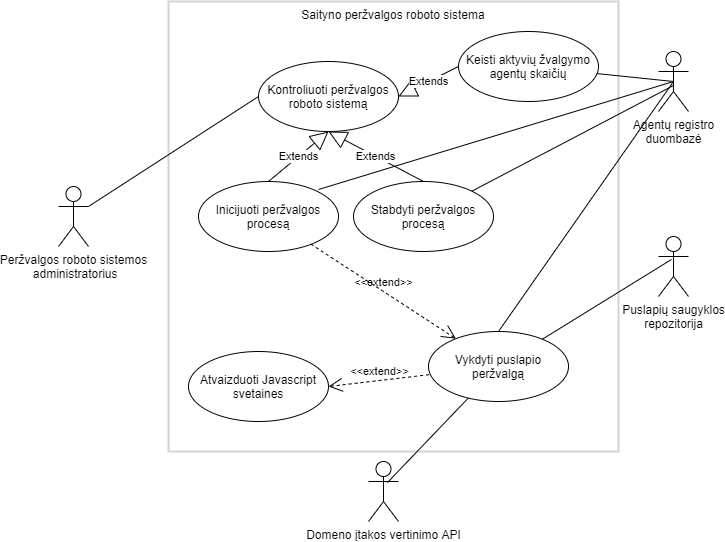
Earlier version of the draw.io export img/Use_case_diagram.png (kasparas12/VU-Bachelor-Thesis). Source tidied: cells renumbered, new cells last; positions are measured from the earlier drawing's top-left corner, leaving out a move shared by most shapes.
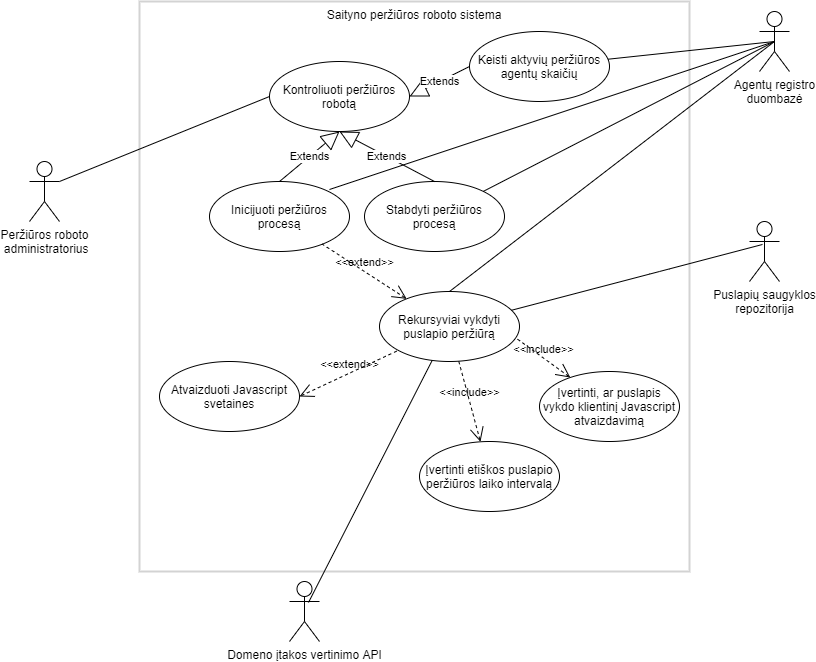
The same file after the commit.

What changed in the source:
```diff
@@ -2,31 +2,31 @@
   <root>
     <mxCell id="0" />
     <mxCell id="1" parent="0" />
-    <mxCell id="2" value="Saityno peržvalgos roboto sistema" style="rounded=0;whiteSpace=wrap;html=1;fillColor=none;strokeColor=#d3d3d3;strokeWidth=2;verticalAlign=top;" parent="1" vertex="1">
-      <mxGeometry x="110" width="450" height="450" as="geometry" />
+    <mxCell id="2" value="Saityno peržiūros roboto sistema" style="rounded=0;whiteSpace=wrap;html=1;fillColor=none;strokeColor=#d3d3d3;strokeWidth=2;verticalAlign=top;" parent="1" vertex="1">
+      <mxGeometry x="70" width="550" height="570" as="geometry" />
     </mxCell>
     <mxCell id="3" value="Domeno įtakos vertinimo API" style="shape=umlActor;verticalLabelPosition=bottom;labelBackgroundColor=#ffffff;verticalAlign=top;html=1;" parent="1" vertex="1">
-      <mxGeometry x="310" y="460" width="30" height="60" as="geometry" />
+      <mxGeometry x="220" y="580" width="30" height="60" as="geometry" />
     </mxCell>
     <mxCell id="4" value="Agentų registro&lt;br&gt;duombazė" style="shape=umlActor;verticalLabelPosition=bottom;labelBackgroundColor=#ffffff;verticalAlign=top;html=1;" parent="1" vertex="1">
-      <mxGeometry x="600" y="50" width="30" height="60" as="geometry" />
+      <mxGeometry x="690" y="10" width="30" height="60" as="geometry" />
     </mxCell>
     <mxCell id="5" value="Puslapių saugyklos&lt;br&gt;repozitorija" style="shape=umlActor;verticalLabelPosition=bottom;labelBackgroundColor=#ffffff;verticalAlign=top;html=1;" parent="1" vertex="1">
-      <mxGeometry x="600" y="235" width="30" height="60" as="geometry" />
+      <mxGeometry x="680" y="220" width="30" height="60" as="geometry" />
     </mxCell>
-    <mxCell id="6" value="Peržvalgos roboto sistemos&lt;br&gt;&amp;nbsp;administratorius" style="shape=umlActor;verticalLabelPosition=bottom;labelBackgroundColor=#ffffff;verticalAlign=top;html=1;" parent="1" vertex="1">
-      <mxGeometry y="185" width="30" height="60" as="geometry" />
+    <mxCell id="6" value="Peržiūros roboto&lt;br&gt;&amp;nbsp;administratorius" style="shape=umlActor;verticalLabelPosition=bottom;labelBackgroundColor=#ffffff;verticalAlign=top;html=1;" parent="1" vertex="1">
+      <mxGeometry x="-40" y="160" width="30" height="60" as="geometry" />
     </mxCell>
-    <mxCell id="7" value="Kontroliuoti peržvalgos roboto sistemą" style="ellipse;whiteSpace=wrap;html=1;" parent="1" vertex="1">
+    <mxCell id="7" value="Kontroliuoti peržiūros robotą" style="ellipse;whiteSpace=wrap;html=1;" parent="1" vertex="1">
       <mxGeometry x="200" y="60" width="140" height="70" as="geometry" />
     </mxCell>
-    <mxCell id="8" value="Inicijuoti peržvalgos&lt;br&gt;procesą" style="ellipse;whiteSpace=wrap;html=1;" parent="1" vertex="1">
+    <mxCell id="8" value="Inicijuoti peržiūros&lt;br&gt;procesą" style="ellipse;whiteSpace=wrap;html=1;" parent="1" vertex="1">
       <mxGeometry x="140" y="180" width="140" height="70" as="geometry" />
     </mxCell>
-    <mxCell id="9" value="Stabdyti peržvalgos procesą" style="ellipse;whiteSpace=wrap;html=1;" parent="1" vertex="1">
+    <mxCell id="9" value="Stabdyti peržiūros procesą" style="ellipse;whiteSpace=wrap;html=1;" parent="1" vertex="1">
       <mxGeometry x="295" y="180" width="140" height="70" as="geometry" />
     </mxCell>
-    <mxCell id="10" value="Keisti aktyvių žvalgymo agentų skaičių" style="ellipse;whiteSpace=wrap;html=1;" parent="1" vertex="1">
+    <mxCell id="10" value="Keisti aktyvių peržiūros agentų skaičių" style="ellipse;whiteSpace=wrap;html=1;" parent="1" vertex="1">
       <mxGeometry x="400" y="30" width="140" height="70" as="geometry" />
     </mxCell>
     <mxCell id="11" value="Extends" style="endArrow=block;endSize=16;endFill=0;html=1;exitX=0;exitY=0.5;exitDx=0;exitDy=0;entryX=1;entryY=0.5;entryDx=0;entryDy=0;" parent="1" edge="1" source="10" target="7">
@@ -40,11 +40,11 @@
         <mxPoint x="270" y="130" as="targetPoint" />
       </mxGeometry>
     </mxCell>
-    <mxCell id="14" value="Vykdyti puslapio peržvalgą" style="ellipse;whiteSpace=wrap;html=1;" parent="1" vertex="1">
-      <mxGeometry x="370" y="330" width="140" height="70" as="geometry" />
+    <mxCell id="14" value="Rekursyviai vykdyti puslapio peržiūrą" style="ellipse;whiteSpace=wrap;html=1;" parent="1" vertex="1">
+      <mxGeometry x="310" y="290" width="140" height="70" as="geometry" />
     </mxCell>
     <mxCell id="15" value="Atvaizduoti Javascript svetaines" style="ellipse;whiteSpace=wrap;html=1;" parent="1" vertex="1">
-      <mxGeometry x="130" y="350" width="140" height="70" as="geometry" />
+      <mxGeometry x="90" y="360" width="140" height="70" as="geometry" />
     </mxCell>
     <mxCell id="16" value="&amp;lt;&amp;lt;extend&amp;gt;&amp;gt;" style="edgeStyle=none;html=1;startArrow=open;endArrow=none;startSize=12;verticalAlign=bottom;dashed=1;labelBackgroundColor=none;" parent="1" edge="1" source="14" target="8">
       <mxGeometry relative="1" as="geometry" />
@@ -58,10 +58,8 @@
     <mxCell id="19" style="edgeStyle=none;html=1;endArrow=none;verticalAlign=bottom;entryX=0.5;entryY=0.5;entryDx=0;entryDy=0;entryPerimeter=0;" parent="1" edge="1" source="10" target="4">
       <mxGeometry relative="1" as="geometry" />
     </mxCell>
-    <mxCell id="20" style="edgeStyle=none;html=1;endArrow=none;verticalAlign=bottom;" parent="1" edge="1" source="9">
-      <mxGeometry relative="1" as="geometry">
-        <mxPoint x="615" y="84" as="targetPoint" />
-      </mxGeometry>
+    <mxCell id="20" style="edgeStyle=none;html=1;endArrow=none;verticalAlign=bottom;entryX=0.5;entryY=0.5;entryDx=0;entryDy=0;entryPerimeter=0;" parent="1" edge="1" source="9" target="4">
+      <mxGeometry relative="1" as="geometry" />
     </mxCell>
     <mxCell id="21" style="edgeStyle=none;html=1;endArrow=none;verticalAlign=bottom;entryX=0.5;entryY=0.5;entryDx=0;entryDy=0;entryPerimeter=0;" parent="1" edge="1" target="4">
       <mxGeometry relative="1" as="geometry">
@@ -72,10 +70,26 @@
       <mxGeometry relative="1" as="geometry" />
     </mxCell>
     <mxCell id="23" style="edgeStyle=none;html=1;endArrow=none;verticalAlign=bottom;entryX=0.433;entryY=0.383;entryDx=0;entryDy=0;entryPerimeter=0;" parent="1" edge="1" source="14" target="5">
-      <mxGeometry relative="1" as="geometry" />
+      <mxGeometry relative="1" as="geometry">
+        <Array as="points">
+          <mxPoint x="590" y="270" />
+        </Array>
+      </mxGeometry>
     </mxCell>
     <mxCell id="24" style="edgeStyle=none;html=1;endArrow=none;verticalAlign=bottom;exitX=0.633;exitY=0.35;exitDx=0;exitDy=0;exitPerimeter=0;" parent="1" edge="1" source="3" target="14">
       <mxGeometry relative="1" as="geometry" />
     </mxCell>
+    <mxCell id="25" value="Įvertinti etiškos puslapio peržiūros laiko intervalą" style="ellipse;whiteSpace=wrap;html=1;" parent="1" vertex="1">
+      <mxGeometry x="350" y="440" width="140" height="70" as="geometry" />
+    </mxCell>
+    <mxCell id="26" value="Įvertinti, ar puslapis vykdo klientinį Javascript atvaizdavimą" style="ellipse;whiteSpace=wrap;html=1;" parent="1" vertex="1">
+      <mxGeometry x="470" y="370" width="140" height="70" as="geometry" />
+    </mxCell>
+    <mxCell id="27" value="&amp;lt;&amp;lt;include&amp;gt;&amp;gt;" style="edgeStyle=none;html=1;startArrow=open;endArrow=none;startSize=12;verticalAlign=bottom;dashed=1;labelBackgroundColor=none;" parent="1" edge="1" source="25" target="14">
+      <mxGeometry relative="1" as="geometry" />
+    </mxCell>
+    <mxCell id="28" value="&amp;lt;&amp;lt;include&amp;gt;&amp;gt;" style="edgeStyle=none;html=1;startArrow=open;endArrow=none;startSize=12;verticalAlign=bottom;dashed=1;labelBackgroundColor=none;entryX=0.979;entryY=0.671;entryDx=0;entryDy=0;entryPerimeter=0;" parent="1" edge="1" source="26" target="14">
+      <mxGeometry relative="1" as="geometry" />
+    </mxCell>
   </root>
 </mxGraphModel>
```
